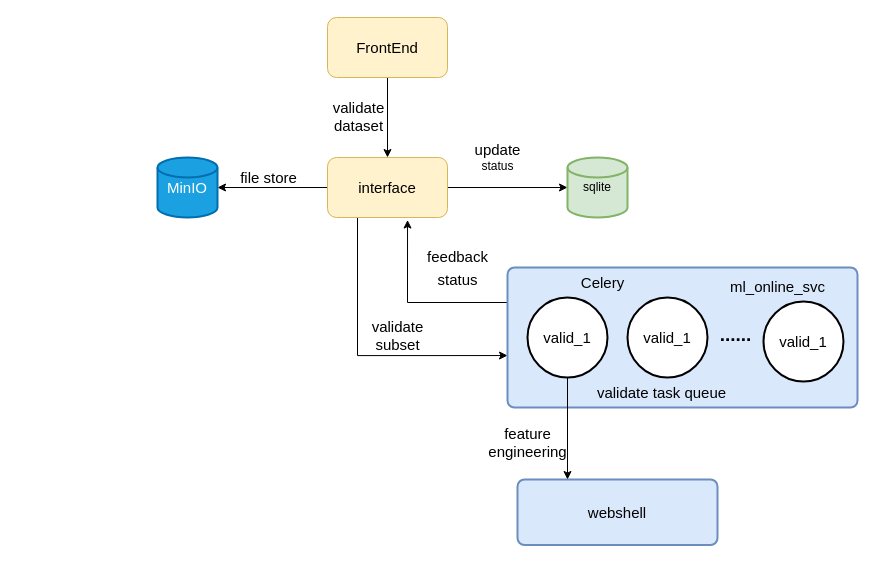
This is 未命名绘图.drawio from HuangLuGuang/diagrams, a draw.io file, before an edit. Source tidied: cells renumbered, new cells numbered last; positions are measured from the earlier drawing's top-left corner, leaving out a move shared by most shapes. Both pictures are drawn from the tidied source at 100%, with x=0, y=0 at pixel (157, 17).
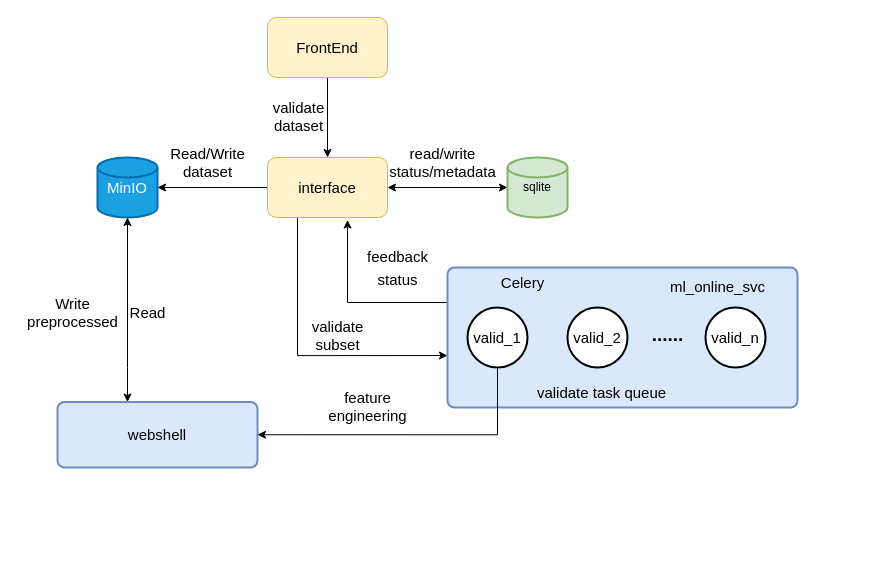
After the change.

Commit message:
接入对象存储.drawio

What changed in the source:
```diff
@@
     <mxCell id="4" value="&lt;font style=&quot;font-size: 15px;&quot;&gt;FrontEnd&lt;/font&gt;" style="rounded=1;whiteSpace=wrap;html=1;fillColor=#fff2cc;strokeColor=#d6b656;" parent="1" vertex="1">
-      <mxGeometry x="170" width="120" height="60" as="geometry" />
+      <mxGeometry x="110" width="120" height="60" as="geometry" />
     </mxCell>
-    <mxCell id="5" style="edgeStyle=orthogonalEdgeStyle;rounded=0;jettySize=auto;html=1;" parent="1" edge="1" source="8" target="9">
+    <mxCell id="5" style="edgeStyle=orthogonalEdgeStyle;rounded=0;jettySize=auto;html=1;startArrow=classic;startFill=1;" parent="1" edge="1" source="8" target="9">
       <mxGeometry relative="1" as="geometry" />
     </mxCell>
     <mxCell id="6" style="edgeStyle=orthogonalEdgeStyle;rounded=0;jettySize=auto;html=1;exitX=0.25;exitY=1;exitDx=0;exitDy=0;fontSize=15;entryX=0;entryY=0.629;entryDx=0;entryDy=0;entryPerimeter=0;" parent="1" edge="1" source="8" target="12">
       <mxGeometry relative="1" as="geometry">
         <Array as="points">
-          <mxPoint x="200" y="338" />
+          <mxPoint x="140" y="338" />
         </Array>
       </mxGeometry>
     </mxCell>
@@
     <mxCell id="8" value="&lt;font style=&quot;font-size: 15px;&quot;&gt;interface&lt;/font&gt;" style="whiteSpace=wrap;html=1;fillColor=#fff2cc;strokeColor=#d6b656;rounded=1;sketch=0;glass=0;" parent="1" vertex="1">
-      <mxGeometry x="170" y="140" width="120" height="60" as="geometry" />
+      <mxGeometry x="110" y="140" width="120" height="60" as="geometry" />
     </mxCell>
     <mxCell id="9" value="sqlite" style="strokeWidth=2;html=1;shape=mxgraph.flowchart.database;whiteSpace=wrap;rounded=1;glass=0;sketch=0;fillColor=#d5e8d4;strokeColor=#82b366;" parent="1" vertex="1">
-      <mxGeometry x="410" y="140" width="60" height="60" as="geometry" />
+      <mxGeometry x="350" y="140" width="60" height="60" as="geometry" />
     </mxCell>
-    <mxCell id="10" value="&lt;font style=&quot;font-size: 15px;&quot;&gt;update&lt;br&gt;&lt;/font&gt;status" style="text;html=1;align=center;verticalAlign=middle;strokeColor=none;fillColor=none;" parent="1" vertex="1">
-      <mxGeometry x="305" y="115" width="70" height="50" as="geometry" />
+    <mxCell id="10" value="read/write&lt;br style=&quot;font-size: 15px;&quot;&gt;status/metadata" style="text;html=1;align=center;verticalAlign=middle;strokeColor=none;fillColor=none;fontSize=15;" parent="1" vertex="1">
+      <mxGeometry x="220" y="120" width="130" height="50" as="geometry" />
     </mxCell>
@@
     <mxCell id="12" style="rounded=1;whiteSpace=wrap;html=1;absoluteArcSize=1;arcSize=14;strokeWidth=2;glass=0;sketch=0;fillColor=#dae8fc;strokeColor=#6c8ebf;" parent="1" vertex="1">
-      <mxGeometry x="350" y="250" width="350" height="140" as="geometry" />
+      <mxGeometry x="290" y="250" width="350" height="140" as="geometry" />
     </mxCell>
+    <mxCell id="27" style="edgeStyle=orthogonalEdgeStyle;rounded=0;jettySize=auto;html=1;entryX=0.5;entryY=1;entryDx=0;entryDy=0;entryPerimeter=0;fontSize=15;endArrow=classic;endFill=1;startArrow=classic;startFill=1;" parent="1" edge="1" source="13" target="25">
+      <mxGeometry relative="1" as="geometry">
+        <Array as="points">
+          <mxPoint x="-30" y="350" />
+          <mxPoint x="-30" y="350" />
+        </Array>
+      </mxGeometry>
+    </mxCell>
     <mxCell id="13" value="&lt;font style=&quot;font-size: 15px;&quot;&gt;webshell&lt;/font&gt;" style="rounded=1;whiteSpace=wrap;html=1;absoluteArcSize=1;arcSize=14;strokeWidth=2;glass=0;sketch=0;fillColor=#dae8fc;strokeColor=#6c8ebf;" parent="1" vertex="1">
-      <mxGeometry x="360" y="462" width="200" height="65.5" as="geometry" />
+      <mxGeometry x="-100" y="384.5" width="200" height="65.5" as="geometry" />
     </mxCell>
-    <mxCell id="14" style="edgeStyle=orthogonalEdgeStyle;rounded=0;jettySize=auto;html=1;exitX=0.5;exitY=1;exitDx=0;exitDy=0;exitPerimeter=0;entryX=0.25;entryY=0;entryDx=0;entryDy=0;fontSize=15;" parent="1" edge="1" source="15" target="13">
+    <mxCell id="14" style="edgeStyle=orthogonalEdgeStyle;rounded=0;jettySize=auto;html=1;exitX=0.5;exitY=1;exitDx=0;exitDy=0;exitPerimeter=0;entryX=1;entryY=0.5;entryDx=0;entryDy=0;fontSize=15;" parent="1" edge="1" source="15" target="13">
       <mxGeometry relative="1" as="geometry" />
     </mxCell>
     <mxCell id="15" value="&lt;font style=&quot;font-size: 15px;&quot;&gt;valid_1&lt;/font&gt;" style="strokeWidth=2;html=1;shape=mxgraph.flowchart.start_2;whiteSpace=wrap;rounded=1;glass=0;sketch=0;" parent="1" vertex="1">
-      <mxGeometry x="370" y="280" width="80" height="80" as="geometry" />
+      <mxGeometry x="310" y="290" width="60" height="60" as="geometry" />
     </mxCell>
-    <mxCell id="16" value="&lt;font style=&quot;font-size: 15px;&quot;&gt;valid_1&lt;/font&gt;" style="strokeWidth=2;html=1;shape=mxgraph.flowchart.start_2;whiteSpace=wrap;rounded=1;glass=0;sketch=0;" parent="1" vertex="1">
-      <mxGeometry x="470" y="280" width="80" height="80" as="geometry" />
+    <mxCell id="16" value="&lt;font style=&quot;font-size: 15px;&quot;&gt;valid_2&lt;/font&gt;" style="strokeWidth=2;html=1;shape=mxgraph.flowchart.start_2;whiteSpace=wrap;rounded=1;glass=0;sketch=0;" parent="1" vertex="1">
+      <mxGeometry x="410" y="290" width="60" height="60" as="geometry" />
     </mxCell>
-    <mxCell id="17" value="&lt;font style=&quot;font-size: 15px;&quot;&gt;valid_1&lt;/font&gt;" style="strokeWidth=2;html=1;shape=mxgraph.flowchart.start_2;whiteSpace=wrap;rounded=1;glass=0;sketch=0;" parent="1" vertex="1">
-      <mxGeometry x="606" y="284" width="80" height="80" as="geometry" />
+    <mxCell id="17" value="&lt;font style=&quot;font-size: 15px;&quot;&gt;valid_n&lt;/font&gt;" style="strokeWidth=2;html=1;shape=mxgraph.flowchart.start_2;whiteSpace=wrap;rounded=1;glass=0;sketch=0;" parent="1" vertex="1">
+      <mxGeometry x="548" y="290" width="60" height="60" as="geometry" />
     </mxCell>
     <mxCell id="18" value="&lt;b&gt;&lt;font style=&quot;font-size: 19px;&quot;&gt;......&lt;/font&gt;&lt;/b&gt;" style="text;html=1;align=center;verticalAlign=middle;strokeColor=none;fillColor=none;" parent="1" vertex="1">
-      <mxGeometry x="548" y="298" width="60" height="40" as="geometry" />
+      <mxGeometry x="480" y="298" width="60" height="40" as="geometry" />
     </mxCell>
     <mxCell id="19" value="&lt;font style=&quot;font-size: 15px;&quot;&gt;feedback&lt;br&gt;status&lt;/font&gt;" style="text;html=1;align=center;verticalAlign=middle;strokeColor=none;fillColor=none;fontSize=19;" parent="1" vertex="1">
-      <mxGeometry x="260" y="220" width="80" height="60" as="geometry" />
+      <mxGeometry x="200" y="220" width="80" height="60" as="geometry" />
     </mxCell>
     <mxCell id="20" value="&lt;font style=&quot;font-size: 15px;&quot;&gt;validate task queue&lt;/font&gt;" style="text;html=1;align=center;verticalAlign=middle;fillColor=none;strokeColor=none;rounded=0;glass=0;sketch=0;fontSize=12;" parent="1" vertex="1">
-      <mxGeometry x="429" y="360" width="150" height="30" as="geometry" />
+      <mxGeometry x="369" y="360" width="150" height="30" as="geometry" />
     </mxCell>
     <mxCell id="21" value="&lt;font style=&quot;font-size: 15px;&quot;&gt;ml_online_svc&lt;/font&gt;" style="text;html=1;align=center;verticalAlign=middle;fillColor=none;strokeColor=none;rounded=0;glass=0;sketch=0;fontSize=12;" parent="1" vertex="1">
-      <mxGeometry x="560" y="254" width="120" height="30" as="geometry" />
+      <mxGeometry x="500" y="254" width="120" height="30" as="geometry" />
     </mxCell>
     <mxCell id="22" value="feature&lt;br&gt;engineering&lt;br&gt;" style="text;html=1;align=center;verticalAlign=middle;strokeColor=none;fillColor=none;fontSize=15;" parent="1" vertex="1">
-      <mxGeometry x="320" y="400" width="100" height="50" as="geometry" />
+      <mxGeometry x="160" y="364" width="100" height="50" as="geometry" />
     </mxCell>
     <mxCell id="23" value="validate&lt;br&gt;subset&lt;br&gt;" style="text;html=1;align=center;verticalAlign=middle;strokeColor=none;fillColor=none;fontSize=15;" parent="1" vertex="1">
-      <mxGeometry x="200" y="293" width="80" height="50" as="geometry" />
+      <mxGeometry x="140" y="293" width="80" height="50" as="geometry" />
     </mxCell>
     <mxCell id="24" value="Celery" style="text;html=1;align=center;verticalAlign=middle;fillColor=none;strokeColor=none;rounded=0;glass=0;sketch=0;fontSize=15;" parent="1" vertex="1">
-      <mxGeometry x="410" y="250" width="70" height="30" as="geometry" />
+      <mxGeometry x="330" y="250" width="70" height="30" as="geometry" />
     </mxCell>
     <mxCell id="25" value="MinIO" style="strokeWidth=2;html=1;shape=mxgraph.flowchart.database;whiteSpace=wrap;rounded=1;glass=0;sketch=0;fontSize=15;fillColor=#1ba1e2;fontColor=#ffffff;strokeColor=#006EAF;" parent="1" vertex="1">
-      <mxGeometry y="140" width="60" height="60" as="geometry" />
+      <mxGeometry x="-60" y="140" width="60" height="60" as="geometry" />
     </mxCell>
-    <mxCell id="26" value="file store" style="text;html=1;align=center;verticalAlign=middle;strokeColor=none;fillColor=none;fontSize=15;" parent="1" vertex="1">
-      <mxGeometry x="71" y="145" width="80" height="30" as="geometry" />
+    <mxCell id="26" value="Read/Write&lt;br&gt;dataset&lt;br&gt;" style="text;html=1;align=center;verticalAlign=middle;strokeColor=none;fillColor=none;fontSize=15;" parent="1" vertex="1">
+      <mxGeometry y="120" width="100" height="50" as="geometry" />
     </mxCell>
+    <mxCell id="28" value="Read" style="text;html=1;align=center;verticalAlign=middle;strokeColor=none;fillColor=none;fontSize=15;" parent="1" vertex="1">
+      <mxGeometry x="-40" y="280" width="60" height="30" as="geometry" />
+    </mxCell>
+    <mxCell id="29" value="Write&lt;br&gt;preprocessed&lt;br&gt;" style="text;html=1;align=center;verticalAlign=middle;strokeColor=none;fillColor=none;fontSize=15;" parent="1" vertex="1">
+      <mxGeometry x="-140" y="270" width="110" height="50" as="geometry" />
+    </mxCell>
```
